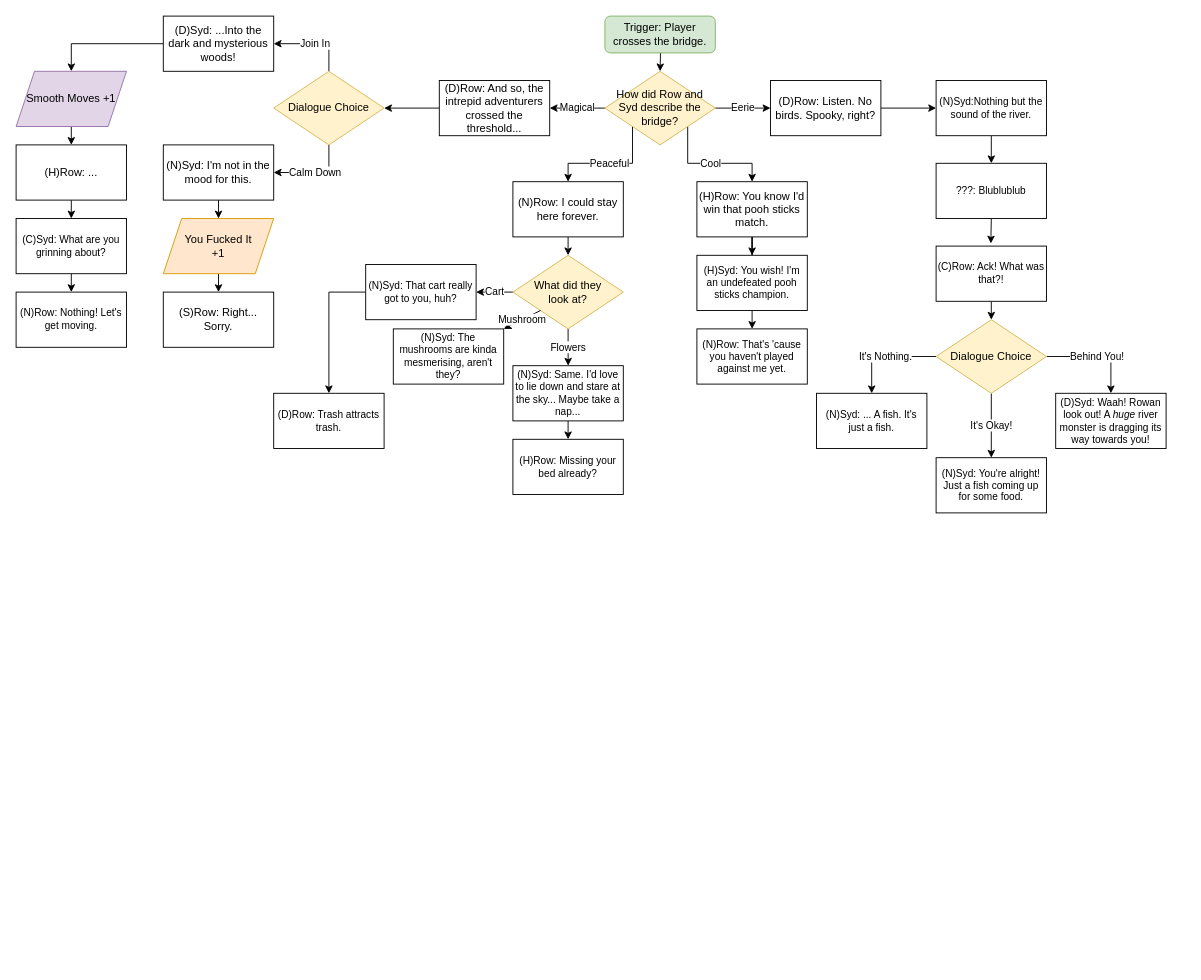
StaticSapphic/adventure-jam-2022 keeps this draw.io diagram as DrawIO-Dialogue/Untitled Diagram.drawio. Above is the earlier version. Source tidied: cells renumbered, new cells numbered last; positions are measured from the earlier drawing's top-left corner, leaving out a move shared by most shapes. Both pictures are drawn from the tidied source at 92%, with x=0, y=0 at pixel (16, 16).
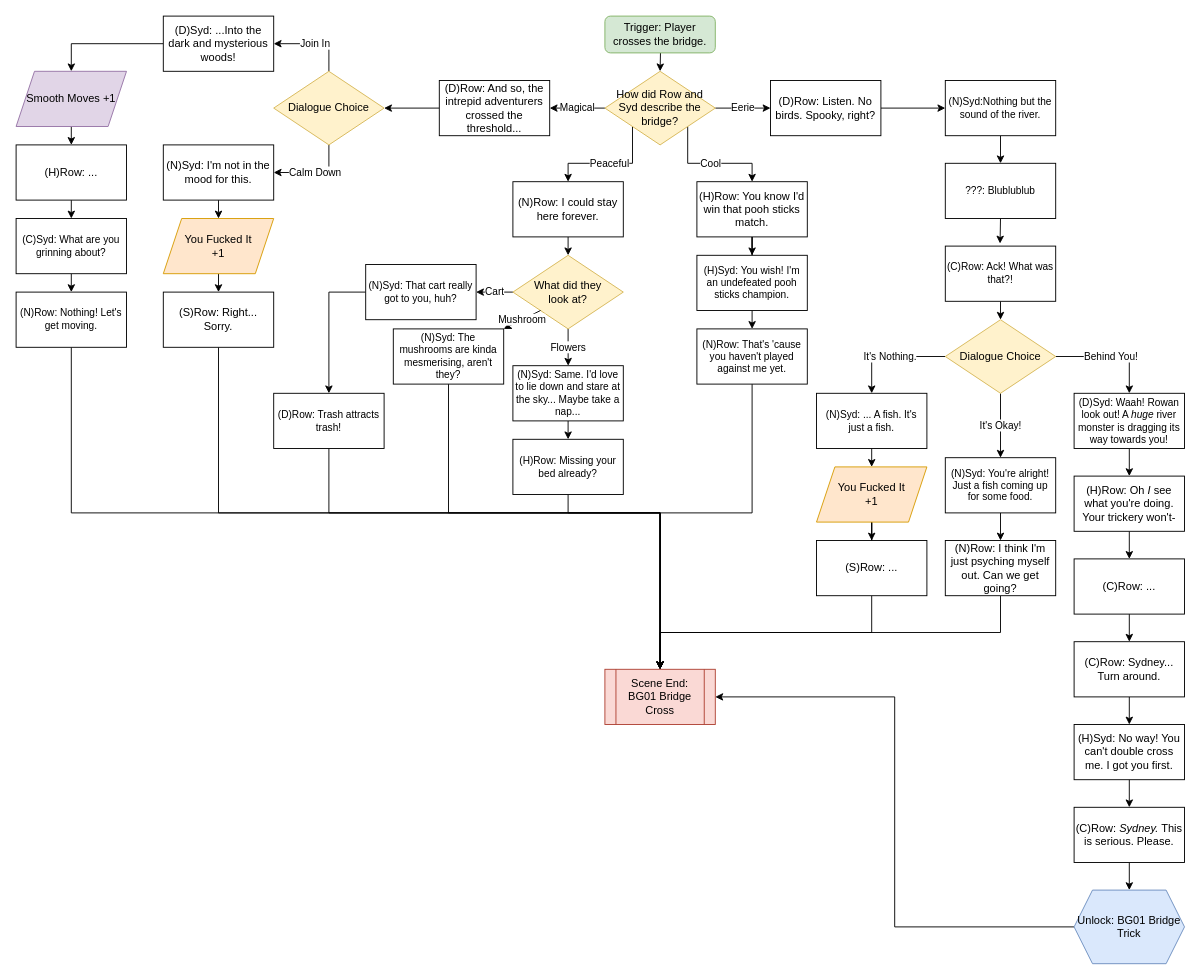
The same page after the edit.

Commit message:
Scene BG01 Bridge Cross

The change refers to these unchanged cells:
```xml
<mxCell id="28" value="(S)Row: Right... Sorry." style="rounded=0;whiteSpace=wrap;html=1;" parent="1" vertex="1">
  <mxGeometry x="160" y="300" width="120" height="60" as="geometry" />
</mxCell>
<mxCell id="33" value="(N)Row: Nothing! Let's get moving." style="rounded=0;whiteSpace=wrap;html=1;fontSize=11;" parent="1" vertex="1">
  <mxGeometry y="300" width="120" height="60" as="geometry" />
</mxCell>
<mxCell id="40" value="(H)Row: Missing your bed already?" style="rounded=0;whiteSpace=wrap;html=1;fontSize=11;" parent="1" vertex="1">
  <mxGeometry x="540" y="460" width="120" height="60" as="geometry" />
</mxCell>
<mxCell id="43" value="(N)Row: That's 'cause you haven't played against me yet." style="rounded=0;whiteSpace=wrap;html=1;fontSize=11;" parent="1" vertex="1">
  <mxGeometry x="740" y="340" width="120" height="60" as="geometry" />
</mxCell>
<mxCell id="44" value="(N)Syd: The mushrooms are kinda mesmerising, aren't they?" style="rounded=0;whiteSpace=wrap;html=1;fontSize=11;" parent="1" vertex="1">
  <mxGeometry x="410" y="340" width="120" height="60" as="geometry" />
</mxCell>
<mxCell id="58" value="(N)Syd: ... A fish. It's just a fish." style="rounded=0;whiteSpace=wrap;html=1;fontSize=11;" parent="1" vertex="1">
  <mxGeometry x="870" y="410" width="120" height="60" as="geometry" />
</mxCell>
```

The edit, as a diff of the source:
```diff
@@
+    <mxCell id="61" style="edgeStyle=orthogonalEdgeStyle;rounded=0;jettySize=auto;html=1;exitX=0.5;exitY=1;exitDx=0;exitDy=0;" parent="1" edge="1" source="28">
+      <mxGeometry relative="1" as="geometry">
+        <mxPoint x="700" y="710" as="targetPoint" />
+        <Array as="points">
+          <mxPoint x="220" y="540" />
+          <mxPoint x="700" y="540" />
+        </Array>
+      </mxGeometry>
+    </mxCell>
@@
+    <mxCell id="62" style="edgeStyle=orthogonalEdgeStyle;rounded=0;jettySize=auto;html=1;exitX=0.5;exitY=1;exitDx=0;exitDy=0;entryX=0.5;entryY=0;entryDx=0;entryDy=0;" parent="1" edge="1" source="33" target="88">
+      <mxGeometry relative="1" as="geometry">
+        <Array as="points">
+          <mxPoint x="60" y="540" />
+          <mxPoint x="700" y="540" />
+        </Array>
+      </mxGeometry>
+    </mxCell>
@@
+    <mxCell id="63" style="edgeStyle=orthogonalEdgeStyle;rounded=0;jettySize=auto;html=1;exitX=0.5;exitY=1;exitDx=0;exitDy=0;" parent="1" edge="1" source="40">
+      <mxGeometry relative="1" as="geometry">
+        <mxPoint x="700" y="710" as="targetPoint" />
+        <Array as="points">
+          <mxPoint x="600" y="540" />
+          <mxPoint x="700" y="540" />
+        </Array>
+      </mxGeometry>
+    </mxCell>
@@
+    <mxCell id="64" style="edgeStyle=orthogonalEdgeStyle;rounded=0;jettySize=auto;html=1;exitX=0.5;exitY=1;exitDx=0;exitDy=0;entryX=0.5;entryY=0;entryDx=0;entryDy=0;" parent="1" edge="1" source="43" target="88">
+      <mxGeometry relative="1" as="geometry">
+        <Array as="points">
+          <mxPoint x="800" y="540" />
+          <mxPoint x="700" y="540" />
+        </Array>
+      </mxGeometry>
+    </mxCell>
@@
+    <mxCell id="65" style="edgeStyle=orthogonalEdgeStyle;rounded=0;jettySize=auto;html=1;exitX=0.5;exitY=1;exitDx=0;exitDy=0;entryX=0.5;entryY=0;entryDx=0;entryDy=0;" parent="1" edge="1" source="44" target="88">
+      <mxGeometry relative="1" as="geometry">
+        <Array as="points">
+          <mxPoint x="470" y="540" />
+          <mxPoint x="700" y="540" />
+        </Array>
+      </mxGeometry>
+    </mxCell>
@@
+    <mxCell id="66" style="edgeStyle=orthogonalEdgeStyle;rounded=0;jettySize=auto;html=1;exitX=0.5;exitY=1;exitDx=0;exitDy=0;" parent="1" edge="1" source="47">
+      <mxGeometry relative="1" as="geometry">
+        <mxPoint x="700" y="710" as="targetPoint" />
+        <Array as="points">
+          <mxPoint x="340" y="540" />
+          <mxPoint x="700" y="540" />
+        </Array>
+      </mxGeometry>
+    </mxCell>
-    <mxCell id="47" value="(D)Row: Trash attracts trash." style="rounded=0;whiteSpace=wrap;html=1;fontSize=11;" parent="1" vertex="1">
+    <mxCell id="47" value="(D)Row: Trash attracts trash!" style="rounded=0;whiteSpace=wrap;html=1;fontSize=11;" parent="1" vertex="1">
       <mxGeometry x="280" y="410" width="120" height="60" as="geometry" />
     </mxCell>
@@
     <mxCell id="49" value="(N)Syd:Nothing but the sound of the river." style="rounded=0;whiteSpace=wrap;html=1;fontSize=11;" parent="1" vertex="1">
-      <mxGeometry x="1000" y="70" width="120" height="60" as="geometry" />
+      <mxGeometry x="1010" y="70" width="120" height="60" as="geometry" />
     </mxCell>
@@
     <mxCell id="51" value="???: Blublublub" style="rounded=0;whiteSpace=wrap;html=1;fontSize=11;" parent="1" vertex="1">
-      <mxGeometry x="1000" y="160" width="120" height="60" as="geometry" />
+      <mxGeometry x="1010" y="160" width="120" height="60" as="geometry" />
     </mxCell>
@@
     <mxCell id="53" value="(C)Row: Ack! What was that?!" style="rounded=0;whiteSpace=wrap;html=1;fontSize=11;" parent="1" vertex="1">
-      <mxGeometry x="1000" y="250" width="120" height="60" as="geometry" />
+      <mxGeometry x="1010" y="250" width="120" height="60" as="geometry" />
     </mxCell>
@@
     <mxCell id="57" value="Dialogue Choice" style="rhombus;whiteSpace=wrap;html=1;fillColor=#fff2cc;strokeColor=#d6b656;" parent="1" vertex="1">
-      <mxGeometry x="1000" y="330" width="120" height="80" as="geometry" />
+      <mxGeometry x="1010" y="330" width="120" height="80" as="geometry" />
     </mxCell>
+    <mxCell id="67" style="edgeStyle=orthogonalEdgeStyle;rounded=0;jettySize=auto;html=1;exitX=0.5;exitY=1;exitDx=0;exitDy=0;entryX=0.5;entryY=0;entryDx=0;entryDy=0;" parent="1" edge="1" source="58" target="71">
+      <mxGeometry relative="1" as="geometry" />
+    </mxCell>
@@
+    <mxCell id="68" style="edgeStyle=orthogonalEdgeStyle;rounded=0;jettySize=auto;html=1;exitX=0.5;exitY=1;exitDx=0;exitDy=0;entryX=0.5;entryY=0;entryDx=0;entryDy=0;" parent="1" edge="1" source="59" target="75">
+      <mxGeometry relative="1" as="geometry" />
+    </mxCell>
     <mxCell id="59" value="(D)Syd: Waah! Rowan look out! A &lt;i&gt;huge&lt;/i&gt; river monster is dragging its way towards you!" style="rounded=0;whiteSpace=wrap;html=1;fontSize=11;" parent="1" vertex="1">
-      <mxGeometry x="1130" y="410" width="120" height="60" as="geometry" />
+      <mxGeometry x="1150" y="410" width="120" height="60" as="geometry" />
     </mxCell>
+    <mxCell id="69" style="edgeStyle=orthogonalEdgeStyle;rounded=0;jettySize=auto;html=1;exitX=0.5;exitY=1;exitDx=0;exitDy=0;entryX=0.5;entryY=0;entryDx=0;entryDy=0;" parent="1" edge="1" source="60" target="87">
+      <mxGeometry relative="1" as="geometry" />
+    </mxCell>
     <mxCell id="60" value="(N)Syd: You're alright! Just a fish coming up for some food." style="rounded=0;whiteSpace=wrap;html=1;fontSize=11;" parent="1" vertex="1">
-      <mxGeometry x="1000" y="480" width="120" height="60" as="geometry" />
+      <mxGeometry x="1010" y="480" width="120" height="60" as="geometry" />
     </mxCell>
+    <mxCell id="70" style="edgeStyle=orthogonalEdgeStyle;rounded=0;jettySize=auto;html=1;exitX=0.5;exitY=1;exitDx=0;exitDy=0;" parent="1" edge="1" source="71" target="73">
+      <mxGeometry relative="1" as="geometry" />
+    </mxCell>
+    <mxCell id="71" value="&lt;div&gt;You Fucked It&lt;/div&gt;&lt;div&gt;+1&lt;/div&gt;" style="shape=parallelogram;perimeter=parallelogramPerimeter;whiteSpace=wrap;html=1;fixedSize=1;fillColor=#ffe6cc;strokeColor=#d79b00;" parent="1" vertex="1">
+      <mxGeometry x="870" y="490" width="120" height="60" as="geometry" />
+    </mxCell>
+    <mxCell id="72" style="edgeStyle=orthogonalEdgeStyle;rounded=0;jettySize=auto;html=1;exitX=0.5;exitY=1;exitDx=0;exitDy=0;" parent="1" edge="1" source="73">
+      <mxGeometry relative="1" as="geometry">
+        <mxPoint x="700" y="710" as="targetPoint" />
+      </mxGeometry>
+    </mxCell>
+    <mxCell id="73" value="(S)Row: ..." style="rounded=0;whiteSpace=wrap;html=1;" parent="1" vertex="1">
+      <mxGeometry x="870" y="570" width="120" height="60" as="geometry" />
+    </mxCell>
+    <mxCell id="74" style="edgeStyle=orthogonalEdgeStyle;rounded=0;jettySize=auto;html=1;exitX=0.5;exitY=1;exitDx=0;exitDy=0;entryX=0.5;entryY=0;entryDx=0;entryDy=0;" parent="1" edge="1" source="75" target="77">
+      <mxGeometry relative="1" as="geometry" />
+    </mxCell>
+    <mxCell id="75" value="(H)Row: Oh &lt;i&gt;I&lt;/i&gt; see what you're doing. Your trickery won't-" style="rounded=0;whiteSpace=wrap;html=1;" parent="1" vertex="1">
+      <mxGeometry x="1150" y="500" width="120" height="60" as="geometry" />
+    </mxCell>
+    <mxCell id="76" style="edgeStyle=orthogonalEdgeStyle;rounded=0;jettySize=auto;html=1;exitX=0.5;exitY=1;exitDx=0;exitDy=0;entryX=0.5;entryY=0;entryDx=0;entryDy=0;" parent="1" edge="1" source="77" target="79">
+      <mxGeometry relative="1" as="geometry" />
+    </mxCell>
+    <mxCell id="77" value="(C)Row: ..." style="rounded=0;whiteSpace=wrap;html=1;" parent="1" vertex="1">
+      <mxGeometry x="1150" y="590" width="120" height="60" as="geometry" />
+    </mxCell>
+    <mxCell id="78" style="edgeStyle=orthogonalEdgeStyle;rounded=0;jettySize=auto;html=1;exitX=0.5;exitY=1;exitDx=0;exitDy=0;entryX=0.5;entryY=0;entryDx=0;entryDy=0;" parent="1" edge="1" source="79" target="81">
+      <mxGeometry relative="1" as="geometry" />
+    </mxCell>
+    <mxCell id="79" value="(C)Row: Sydney... Turn around." style="rounded=0;whiteSpace=wrap;html=1;" parent="1" vertex="1">
+      <mxGeometry x="1150" y="680" width="120" height="60" as="geometry" />
+    </mxCell>
+    <mxCell id="80" style="edgeStyle=orthogonalEdgeStyle;rounded=0;jettySize=auto;html=1;exitX=0.5;exitY=1;exitDx=0;exitDy=0;entryX=0.5;entryY=0;entryDx=0;entryDy=0;" parent="1" edge="1" source="81" target="83">
+      <mxGeometry relative="1" as="geometry" />
+    </mxCell>
+    <mxCell id="81" value="(H)Syd: No way! You can't double cross me. I got you first." style="rounded=0;whiteSpace=wrap;html=1;" parent="1" vertex="1">
+      <mxGeometry x="1150" y="770" width="120" height="60" as="geometry" />
+    </mxCell>
+    <mxCell id="82" style="edgeStyle=orthogonalEdgeStyle;rounded=0;jettySize=auto;html=1;exitX=0.5;exitY=1;exitDx=0;exitDy=0;entryX=0.5;entryY=0;entryDx=0;entryDy=0;" parent="1" edge="1" source="83">
+      <mxGeometry relative="1" as="geometry">
+        <mxPoint x="1210" y="950" as="targetPoint" />
+      </mxGeometry>
+    </mxCell>
+    <mxCell id="83" value="(C)Row: &lt;i&gt;Sydney.&lt;/i&gt; This is serious. Please." style="rounded=0;whiteSpace=wrap;html=1;" parent="1" vertex="1">
+      <mxGeometry x="1150" y="860" width="120" height="60" as="geometry" />
+    </mxCell>
+    <mxCell id="84" style="edgeStyle=orthogonalEdgeStyle;rounded=0;jettySize=auto;html=1;exitX=0;exitY=0.5;exitDx=0;exitDy=0;entryX=1;entryY=0.5;entryDx=0;entryDy=0;" parent="1" edge="1" source="85" target="88">
+      <mxGeometry relative="1" as="geometry" />
+    </mxCell>
+    <mxCell id="85" value="Unlock: BG01 Bridge Trick" style="shape=hexagon;perimeter=hexagonPerimeter2;whiteSpace=wrap;html=1;fixedSize=1;fillColor=#dae8fc;strokeColor=#6c8ebf;" parent="1" vertex="1">
+      <mxGeometry x="1150" y="950" width="120" height="80" as="geometry" />
+    </mxCell>
+    <mxCell id="86" style="edgeStyle=orthogonalEdgeStyle;rounded=0;jettySize=auto;html=1;exitX=0.5;exitY=1;exitDx=0;exitDy=0;entryX=0.5;entryY=0;entryDx=0;entryDy=0;" parent="1" edge="1" source="87" target="88">
+      <mxGeometry relative="1" as="geometry" />
+    </mxCell>
+    <mxCell id="87" value="(N)Row: I think I'm just psyching myself out. Can we get going?" style="rounded=0;whiteSpace=wrap;html=1;" parent="1" vertex="1">
+      <mxGeometry x="1010" y="570" width="120" height="60" as="geometry" />
+    </mxCell>
+    <mxCell id="88" value="Scene End: BG01 Bridge Cross" style="shape=process;whiteSpace=wrap;html=1;backgroundOutline=1;fillColor=#fad9d5;strokeColor=#ae4132;" parent="1" vertex="1">
+      <mxGeometry x="640" y="710" width="120" height="60" as="geometry" />
+    </mxCell>
```
